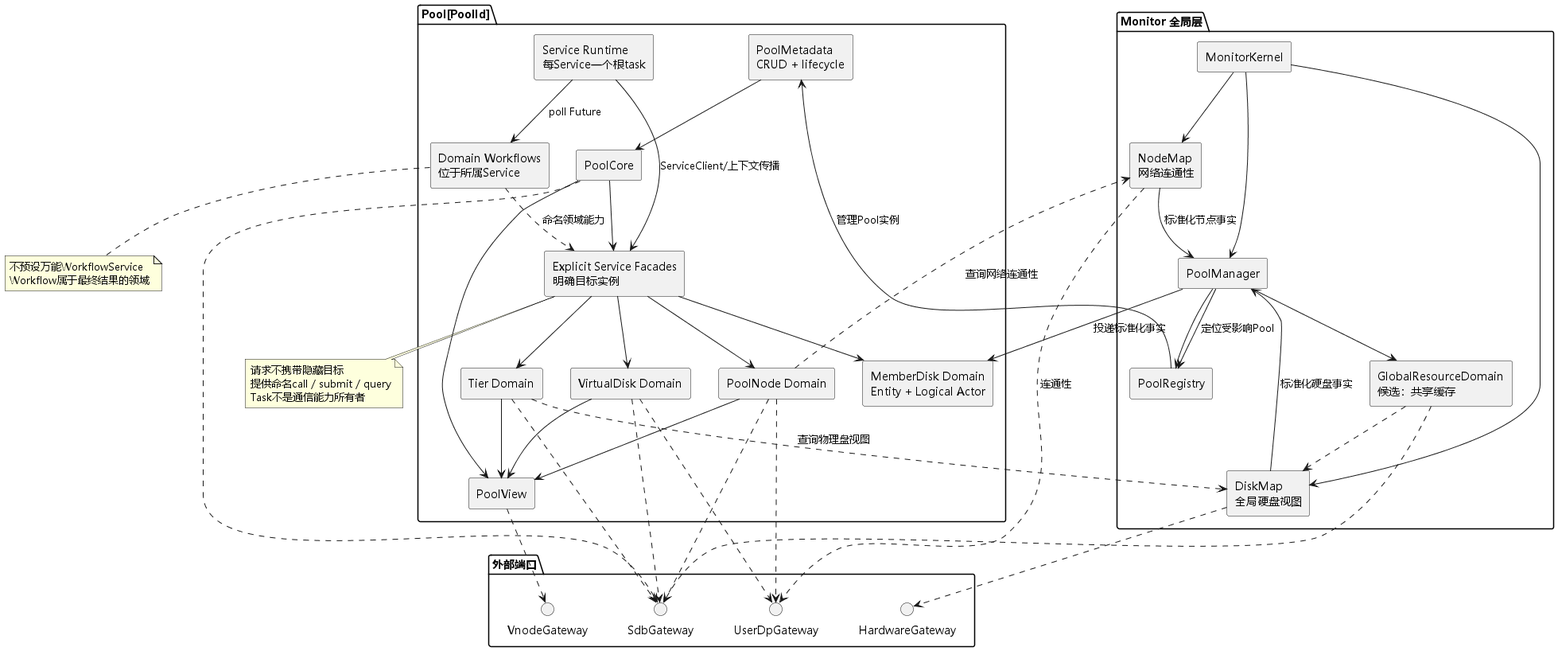
Above: pool-control-plane-baseline/assets/control-plane-components.png in limushu/runtime (PlantUML), before the change.
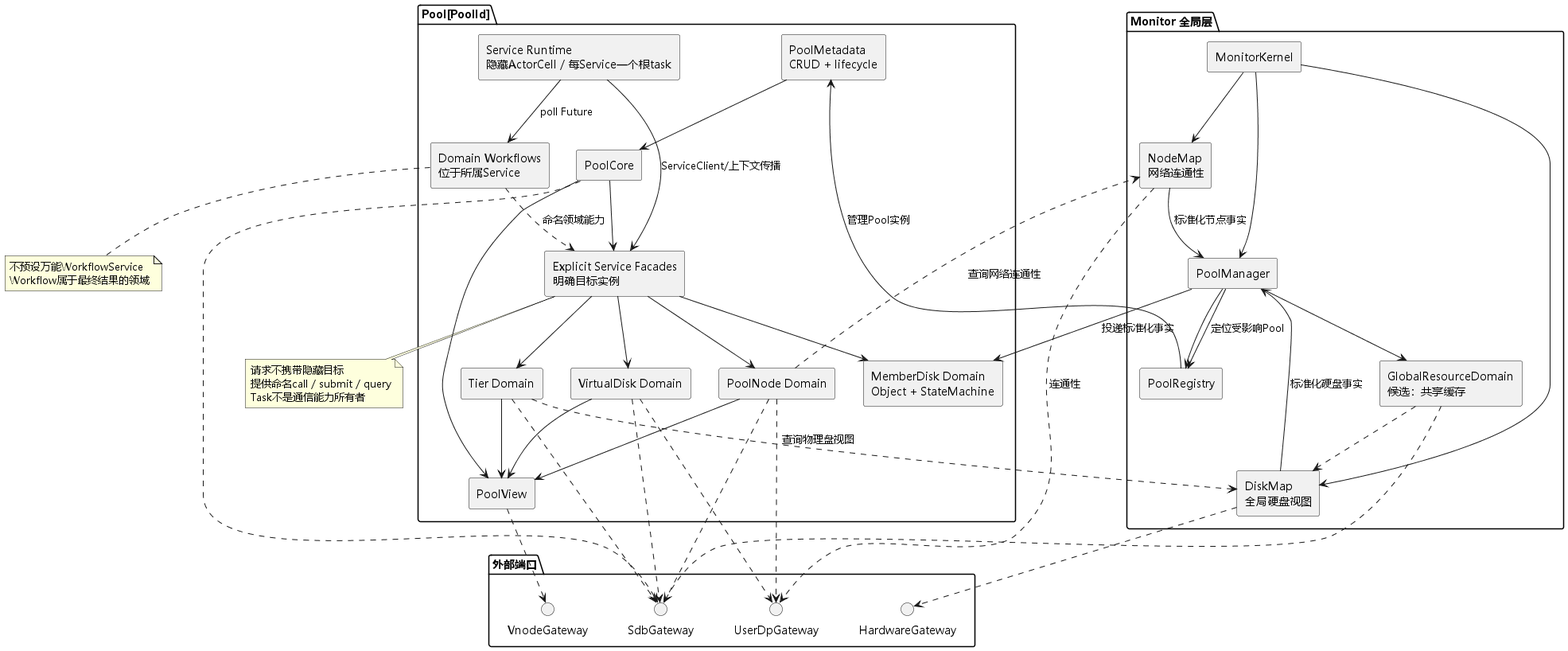
After the change.

What changed in the source:
```diff
@@ -16,12 +16,12 @@
 package "Pool[PoolId]" {
   component "PoolMetadata\nCRUD + lifecycle" as PoolMetadata
   component PoolCore
-  component "MemberDisk Domain\nEntity + Logical Actor" as MemberDiskDomain
+  component "MemberDisk Domain\nObject + StateMachine" as MemberDiskDomain
   component "Tier Domain" as TierDomain
   component "VirtualDisk Domain" as VdDomain
   component "PoolNode Domain" as NodeDomain
   component "Domain Workflows\n位于所属Service" as Workflow
-  component "Service Runtime\n每Service一个根task" as ServiceRuntime
+  component "Service Runtime\n隐藏ActorCell / 每Service一个根task" as ServiceRuntime
   component PoolView
   component "Explicit Service Facades\n明确目标实例" as Facades
 }
```
